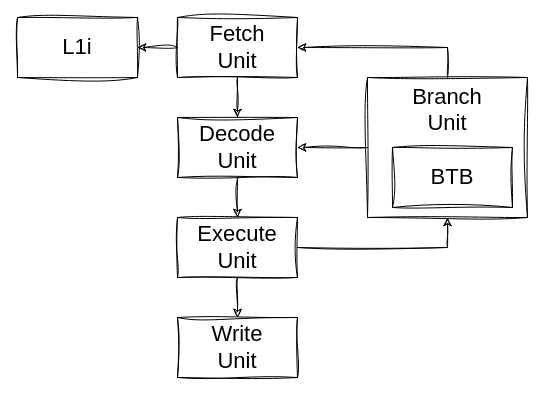
Above: page "mvm-4" (4 of 5) of res/majorana.drawio in teivah/majorana (draw.io), before the change. Source tidied: cells renumbered, new cells numbered last; positions are measured from the earlier drawing's top-left corner, leaving out a move shared by most shapes. Both pictures are drawn from the tidied source at 100%, with x=0, y=0 at pixel (17, 17).
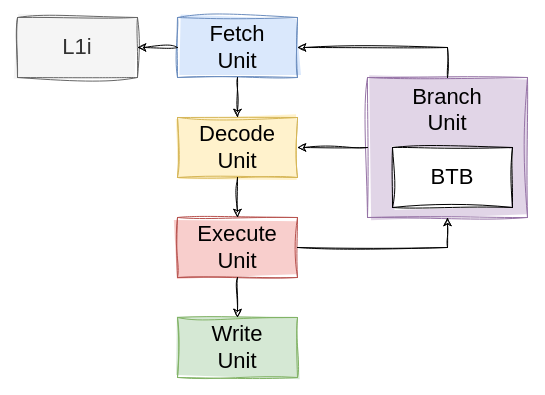
The same page after the edit.

Diff of the diagram source:
```diff
@@
 <mxGraphModel>
   <root>
     <mxCell id="0" />
     <mxCell id="1" parent="0" />
-    <mxCell id="2" value="Fetch&lt;br&gt;Unit" style="rounded=0;whiteSpace=wrap;html=1;sketch=1;curveFitting=1;jiggle=2;fontSize=22;" parent="1" vertex="1">
+    <mxCell id="2" value="Fetch&lt;br&gt;Unit" style="rounded=0;whiteSpace=wrap;html=1;sketch=1;curveFitting=1;jiggle=2;fontSize=22;fillStyle=solid;fillColor=#dae8fc;strokeColor=#6c8ebf;" parent="1" vertex="1">
       <mxGeometry x="160" width="120" height="60" as="geometry" />
     </mxCell>
-    <mxCell id="3" value="Decode&lt;br&gt;Unit" style="rounded=0;whiteSpace=wrap;html=1;sketch=1;curveFitting=1;jiggle=2;fontSize=22;" parent="1" vertex="1">
+    <mxCell id="3" value="Decode&lt;br&gt;Unit" style="rounded=0;whiteSpace=wrap;html=1;sketch=1;curveFitting=1;jiggle=2;fontSize=22;fillStyle=solid;fillColor=#fff2cc;strokeColor=#d6b656;" parent="1" vertex="1">
       <mxGeometry x="160" y="100" width="120" height="60" as="geometry" />
     </mxCell>
     <mxCell id="4" style="endArrow=classic;html=1;rounded=0;exitX=0.5;exitY=1;exitDx=0;exitDy=0;sketch=1;curveFitting=1;jiggle=2;" parent="1" edge="1" source="2" target="3">
       <mxGeometry relative="1" as="geometry" />
     </mxCell>
-    <mxCell id="5" value="Execute&lt;br&gt;Unit" style="rounded=0;whiteSpace=wrap;html=1;sketch=1;curveFitting=1;jiggle=2;fontSize=22;" parent="1" vertex="1">
+    <mxCell id="5" value="Execute&lt;br&gt;Unit" style="rounded=0;whiteSpace=wrap;html=1;sketch=1;curveFitting=1;jiggle=2;fontSize=22;fillStyle=solid;fillColor=#f8cecc;strokeColor=#b85450;" parent="1" vertex="1">
       <mxGeometry x="160" y="200" width="120" height="60" as="geometry" />
     </mxCell>
-    <mxCell id="6" value="Write&lt;br&gt;Unit" style="rounded=0;whiteSpace=wrap;html=1;sketch=1;curveFitting=1;jiggle=2;fontSize=22;" parent="1" vertex="1">
+    <mxCell id="6" value="Write&lt;br&gt;Unit" style="rounded=0;whiteSpace=wrap;html=1;sketch=1;curveFitting=1;jiggle=2;fontSize=22;fillStyle=solid;fillColor=#d5e8d4;strokeColor=#82b366;" parent="1" vertex="1">
       <mxGeometry x="160" y="300" width="120" height="60" as="geometry" />
     </mxCell>
     <mxCell id="7" style="endArrow=classic;html=1;rounded=0;sketch=1;curveFitting=1;jiggle=2;entryX=0.5;entryY=0;entryDx=0;entryDy=0;" parent="1" edge="1" target="5">
       <mxGeometry relative="1" as="geometry">
         <mxPoint x="220" y="160" as="sourcePoint" />
       </mxGeometry>
     </mxCell>
     <mxCell id="8" style="endArrow=classic;html=1;rounded=0;sketch=1;curveFitting=1;jiggle=2;entryX=0.5;entryY=0;entryDx=0;entryDy=0;exitX=0.5;exitY=1;exitDx=0;exitDy=0;" parent="1" edge="1" source="5" target="6">
       <mxGeometry relative="1" as="geometry" />
     </mxCell>
-    <mxCell id="9" value="L1i" style="rounded=0;whiteSpace=wrap;html=1;sketch=1;curveFitting=1;jiggle=2;fontSize=22;" parent="1" vertex="1">
+    <mxCell id="9" value="L1i" style="rounded=0;whiteSpace=wrap;html=1;sketch=1;curveFitting=1;jiggle=2;fontSize=22;fillStyle=solid;fillColor=#f5f5f5;fontColor=#333333;strokeColor=#666666;" parent="1" vertex="1">
       <mxGeometry width="120" height="60" as="geometry" />
     </mxCell>
     <mxCell id="10" style="endArrow=classic;html=1;rounded=0;exitX=0;exitY=0.5;exitDx=0;exitDy=0;sketch=1;curveFitting=1;jiggle=2;entryX=1;entryY=0.5;entryDx=0;entryDy=0;" parent="1" edge="1" source="2" target="9">
       <mxGeometry relative="1" as="geometry" />
     </mxCell>
-    <mxCell id="11" value="Branch&lt;br&gt;Unit" style="rounded=0;whiteSpace=wrap;html=1;sketch=1;curveFitting=1;jiggle=2;fontSize=22;verticalAlign=top;" parent="1" vertex="1">
+    <mxCell id="11" value="Branch&lt;br&gt;Unit" style="rounded=0;whiteSpace=wrap;html=1;sketch=1;curveFitting=1;jiggle=2;fontSize=22;verticalAlign=top;fillStyle=solid;fillColor=#e1d5e7;strokeColor=#9673a6;" parent="1" vertex="1">
       <mxGeometry x="350" y="60" width="160" height="140" as="geometry" />
     </mxCell>
     <mxCell id="12" style="endArrow=classic;html=1;rounded=0;sketch=1;curveFitting=1;jiggle=2;entryX=0.5;entryY=1;entryDx=0;entryDy=0;exitX=1;exitY=0.5;exitDx=0;exitDy=0;edgeStyle=orthogonalEdgeStyle;" parent="1" edge="1" source="5" target="11">
       <mxGeometry relative="1" as="geometry" />
     </mxCell>
-    <mxCell id="13" value="BTB" style="rounded=0;whiteSpace=wrap;html=1;sketch=1;curveFitting=1;jiggle=2;fontSize=22;" parent="1" vertex="1">
+    <mxCell id="13" value="BTB" style="rounded=0;whiteSpace=wrap;html=1;sketch=1;curveFitting=1;jiggle=2;fontSize=22;fillStyle=solid;" parent="1" vertex="1">
       <mxGeometry x="375" y="130" width="120" height="60" as="geometry" />
     </mxCell>
     <mxCell id="14" style="endArrow=classic;html=1;rounded=0;sketch=1;curveFitting=1;jiggle=2;entryX=1;entryY=0.5;entryDx=0;entryDy=0;exitX=0.5;exitY=0;exitDx=0;exitDy=0;edgeStyle=orthogonalEdgeStyle;" parent="1" edge="1" source="11" target="2">
       <mxGeometry relative="1" as="geometry" />
     </mxCell>
     <mxCell id="15" style="endArrow=classic;html=1;rounded=0;sketch=1;curveFitting=1;jiggle=2;exitX=0;exitY=0.5;exitDx=0;exitDy=0;edgeStyle=orthogonalEdgeStyle;" parent="1" edge="1" source="11" target="3">
       <mxGeometry relative="1" as="geometry" />
     </mxCell>
   </root>
 </mxGraphModel>
```
